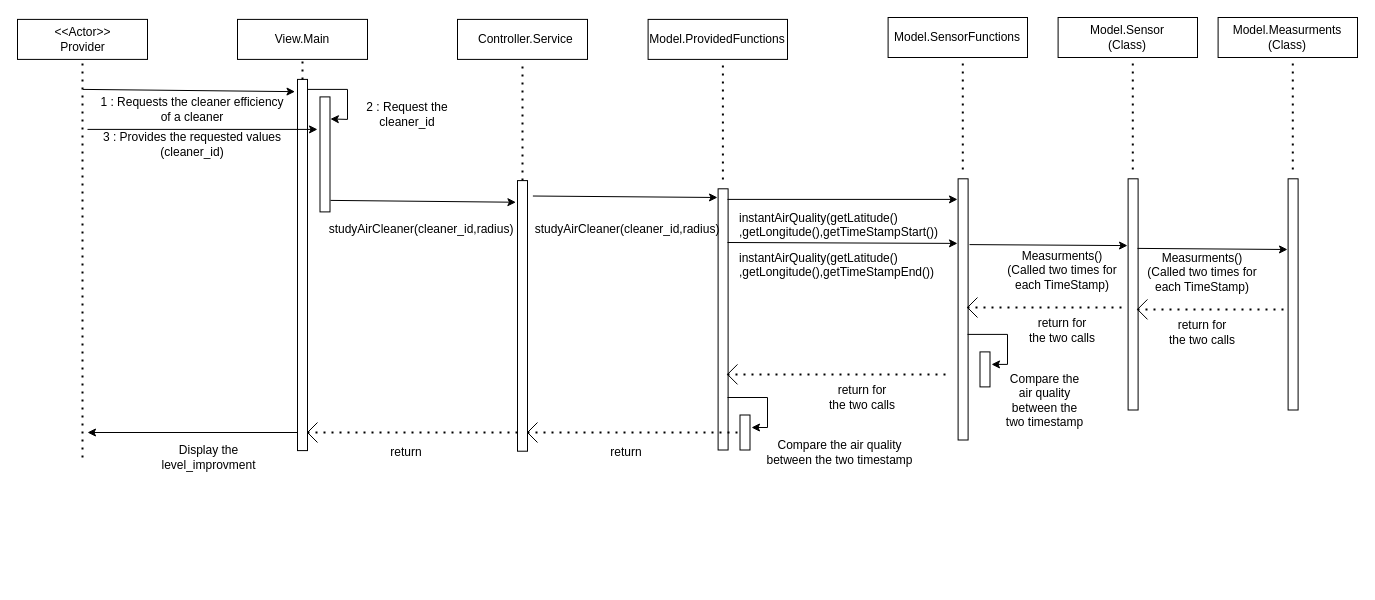
Earlier version of the draw.io diagram Sequence diagram _ Analysis of cleaner efficiency.drawio (jimmywengzj/GL-TP). Source tidied: cells renumbered, new cells numbered last; positions are measured from the earlier drawing's top-left corner, leaving out a move shared by most shapes. Both pictures are drawn from the tidied source at 100%, with x=0, y=0 at pixel (17, 17).
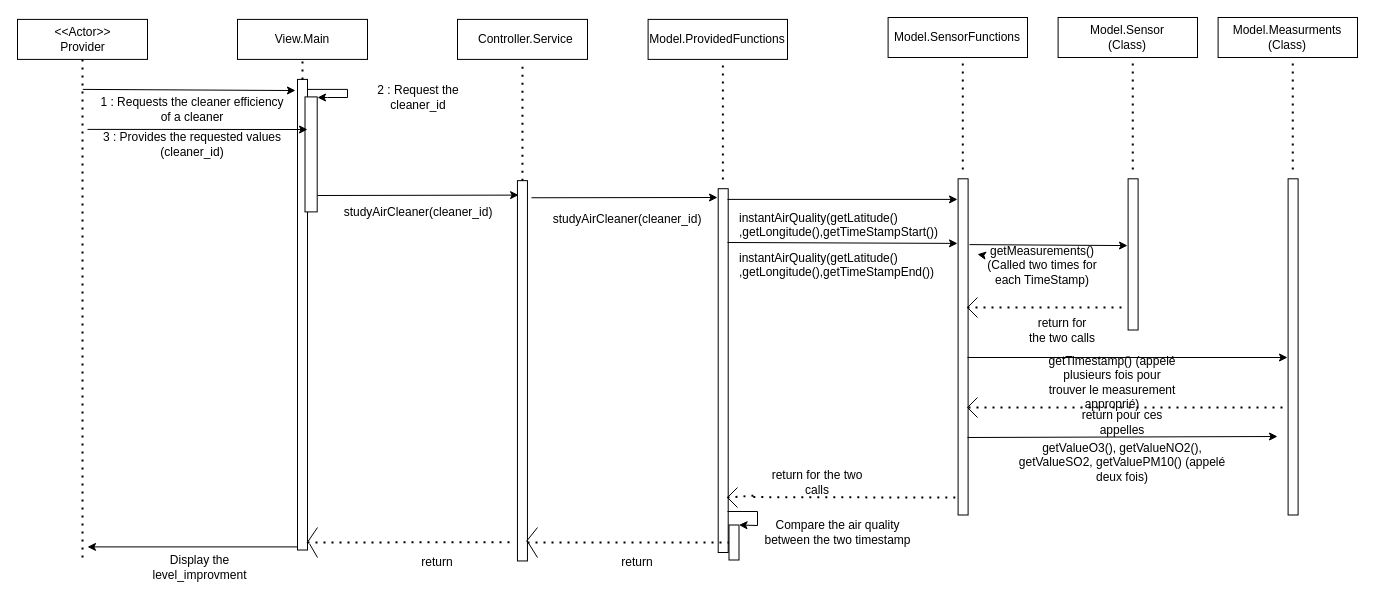
Above is the later version.

Unchanged cells that the change refers to:
```xml
<mxCell id="4" style="rounded=0;whiteSpace=wrap;html=1;" parent="1" vertex="1">
  <mxGeometry y="1.9" width="130" height="40" as="geometry" />
</mxCell>
<mxCell id="19" value="1 : Requests the cleaner efficiency&lt;br&gt;of a cleaner" style="text;html=1;strokeColor=none;fillColor=none;align=center;verticalAlign=middle;whiteSpace=wrap;rounded=0;" parent="1" vertex="1">
  <mxGeometry x="65" y="76.9" width="220" height="30" as="geometry" />
</mxCell>
```

What changed in the source:
```diff
@@
-    <mxCell id="6" style="endArrow=classic;html=1;rounded=0;entryX=0.967;entryY=-0.25;entryDx=0;entryDy=0;entryPerimeter=0;exitX=0.024;exitY=0;exitDx=0;exitDy=0;exitPerimeter=0;" parent="1" edge="1" target="7">
+    <mxCell id="6" style="endArrow=classic;html=1;rounded=0;entryX=0.968;entryY=-0.129;entryDx=0;entryDy=0;exitX=0.024;exitY=0;exitDx=0;exitDy=0;exitPerimeter=0;entryPerimeter=0;" parent="1" edge="1" target="19">
       <mxGeometry relative="1" as="geometry">
         <mxPoint x="65.3" y="71.9" as="sourcePoint" />
       </mxGeometry>
     </mxCell>
     <mxCell id="7" style="rounded=0;whiteSpace=wrap;html=1;rotation=-90;" parent="1" vertex="1">
-      <mxGeometry x="99.4" y="242.5" width="371.2" height="10" as="geometry" />
+      <mxGeometry x="49.7" y="292.2" width="470.6" height="10" as="geometry" />
     </mxCell>
     <mxCell id="8" style="rounded=0;whiteSpace=wrap;html=1;rotation=-90;" parent="1" vertex="1">
-      <mxGeometry x="250" y="131.9" width="115" height="10" as="geometry" />
+      <mxGeometry x="236.1" y="130.8" width="115" height="12.2" as="geometry" />
     </mxCell>
-    <mxCell id="9" style="endArrow=classic;html=1;rounded=0;entryX=0.808;entryY=1.039;entryDx=0;entryDy=0;entryPerimeter=0;" parent="1" edge="1" target="8">
+    <mxCell id="9" style="endArrow=classic;html=1;rounded=0;" parent="1" edge="1">
       <mxGeometry relative="1" as="geometry">
         <mxPoint x="290" y="71.9" as="sourcePoint" />
+        <mxPoint x="300" y="80" as="targetPoint" />
         <Array as="points">
           <mxPoint x="330" y="71.9" />
-          <mxPoint x="330" y="101.9" />
+          <mxPoint x="330" y="80" />
+          <mxPoint x="310" y="80" />
         </Array>
       </mxGeometry>
     </mxCell>
     <mxCell id="10" value="2 : Request the cleaner_id" style="text;html=1;strokeColor=none;fillColor=none;align=center;verticalAlign=middle;whiteSpace=wrap;rounded=0;" parent="1" vertex="1">
-      <mxGeometry x="320" y="76.9" width="140" height="40" as="geometry" />
+      <mxGeometry x="330.6" y="60" width="140" height="40" as="geometry" />
     </mxCell>
     <mxCell id="11" style="endArrow=classic;html=1;rounded=0;" parent="1" edge="1">
       <mxGeometry relative="1" as="geometry">
         <mxPoint x="70" y="111.9" as="sourcePoint" />
-        <mxPoint x="300" y="111.9" as="targetPoint" />
+        <mxPoint x="290" y="112" as="targetPoint" />
       </mxGeometry>
     </mxCell>
@@
-    <mxCell id="15" style="endArrow=classic;html=1;rounded=0;entryX=0.92;entryY=-0.16;entryDx=0;entryDy=0;entryPerimeter=0;exitX=0.1;exitY=1.05;exitDx=0;exitDy=0;exitPerimeter=0;" parent="1" edge="1" source="8" target="17">
-      <mxGeometry relative="1" as="geometry" />
+    <mxCell id="15" style="endArrow=classic;html=1;rounded=0;entryX=0.962;entryY=0.113;entryDx=0;entryDy=0;entryPerimeter=0;" parent="1" edge="1" target="17">
+      <mxGeometry relative="1" as="geometry">
+        <mxPoint x="300" y="178" as="sourcePoint" />
+      </mxGeometry>
     </mxCell>
-    <mxCell id="16" value="studyAirCleaner(cleaner_id,radius)" style="text;html=1;strokeColor=none;fillColor=none;align=center;verticalAlign=middle;whiteSpace=wrap;rounded=0;" parent="1" vertex="1">
-      <mxGeometry x="374" y="196.9" width="60" height="30" as="geometry" />
+    <mxCell id="16" value="studyAirCleaner(cleaner_id)" style="text;html=1;strokeColor=none;fillColor=none;align=center;verticalAlign=middle;whiteSpace=wrap;rounded=0;" parent="1" vertex="1">
+      <mxGeometry x="370.6" y="180" width="60" height="30" as="geometry" />
     </mxCell>
     <mxCell id="17" style="rounded=0;whiteSpace=wrap;html=1;rotation=-90;" parent="1" vertex="1">
-      <mxGeometry x="369.7" y="293.4" width="270.6" height="10" as="geometry" />
+      <mxGeometry x="314.8" y="348.3" width="380.3" height="10" as="geometry" />
     </mxCell>
     <mxCell id="18" style="endArrow=none;dashed=1;html=1;dashPattern=1 3;strokeWidth=2;rounded=0;entryX=0.5;entryY=1;entryDx=0;entryDy=0;" parent="1" edge="1" target="4">
       <mxGeometry relative="1" as="geometry">
-        <mxPoint x="65" y="440" as="sourcePoint" />
+        <mxPoint x="65" y="540" as="sourcePoint" />
       </mxGeometry>
     </mxCell>
@@
     <mxCell id="24" style="rounded=0;whiteSpace=wrap;html=1;rotation=-90;" parent="1" vertex="1">
-      <mxGeometry x="575" y="296.9" width="261.2" height="10" as="geometry" />
+      <mxGeometry x="523.8" y="348.1" width="363.8" height="10" as="geometry" />
     </mxCell>
@@
-    <mxCell id="26" style="endArrow=classic;html=1;rounded=0;exitX=0.943;exitY=1.538;exitDx=0;exitDy=0;exitPerimeter=0;" parent="1" edge="1" source="17">
+    <mxCell id="26" style="endArrow=classic;html=1;rounded=0;exitX=0.955;exitY=1.403;exitDx=0;exitDy=0;exitPerimeter=0;" parent="1" edge="1" source="17">
       <mxGeometry relative="1" as="geometry">
         <mxPoint x="700" y="180" as="targetPoint" />
       </mxGeometry>
     </mxCell>
-    <mxCell id="27" value="studyAirCleaner(cleaner_id,radius)" style="text;html=1;strokeColor=none;fillColor=none;align=center;verticalAlign=middle;whiteSpace=wrap;rounded=0;" parent="1" vertex="1">
-      <mxGeometry x="580" y="196.9" width="60" height="30" as="geometry" />
+    <mxCell id="27" value="studyAirCleaner(cleaner_id)" style="text;html=1;strokeColor=none;fillColor=none;align=center;verticalAlign=middle;whiteSpace=wrap;rounded=0;" parent="1" vertex="1">
+      <mxGeometry x="580" y="186.9" width="60" height="30" as="geometry" />
     </mxCell>
@@
     <mxCell id="32" style="rounded=0;whiteSpace=wrap;html=1;rotation=-90;" parent="1" vertex="1">
-      <mxGeometry x="815" y="286.9" width="261.2" height="10" as="geometry" />
+      <mxGeometry x="777.5" y="324.4" width="336.2" height="10" as="geometry" />
     </mxCell>
@@
-    <mxCell id="34" style="endArrow=none;dashed=1;html=1;dashPattern=1 3;strokeWidth=2;rounded=0;" parent="1" edge="1">
+    <mxCell id="34" style="endArrow=none;dashed=1;html=1;dashPattern=1 3;strokeWidth=2;rounded=0;exitX=0.132;exitY=1.201;exitDx=0;exitDy=0;exitPerimeter=0;" parent="1" edge="1">
       <mxGeometry relative="1" as="geometry">
-        <mxPoint x="710" y="356.9" as="sourcePoint" />
-        <mxPoint x="930" y="357" as="targetPoint" />
+        <mxPoint x="735.8" y="479.6" as="sourcePoint" />
+        <mxPoint x="940" y="480.1" as="targetPoint" />
       </mxGeometry>
     </mxCell>
-    <mxCell id="35" style="endArrow=none;html=1;rounded=0;" parent="1" edge="1">
-      <mxGeometry relative="1" as="geometry">
-        <mxPoint x="710" y="356.9" as="sourcePoint" />
-        <mxPoint x="720" y="346.9" as="targetPoint" />
-      </mxGeometry>
-    </mxCell>
     <mxCell id="36" style="endArrow=none;html=1;rounded=0;" parent="1" edge="1">
       <mxGeometry relative="1" as="geometry">
-        <mxPoint x="710" y="356.9" as="sourcePoint" />
-        <mxPoint x="720" y="366.9" as="targetPoint" />
+        <mxPoint x="710" y="480" as="sourcePoint" />
+        <mxPoint x="720" y="490" as="targetPoint" />
         <Array as="points">
-          <mxPoint x="720" y="366.9" />
+          <mxPoint x="720" y="490" />
         </Array>
       </mxGeometry>
     </mxCell>
     <mxCell id="37" value="return for the two calls" style="text;html=1;strokeColor=none;fillColor=none;align=center;verticalAlign=middle;whiteSpace=wrap;rounded=0;" parent="1" vertex="1">
-      <mxGeometry x="810" y="365" width="70" height="30" as="geometry" />
+      <mxGeometry x="750" y="450" width="100" height="30" as="geometry" />
     </mxCell>
     <mxCell id="38" style="rounded=0;whiteSpace=wrap;html=1;rotation=-90;" parent="1" vertex="1">
-      <mxGeometry x="710" y="410" width="35" height="10" as="geometry" />
+      <mxGeometry x="699" y="520" width="35" height="10" as="geometry" />
     </mxCell>
-    <mxCell id="39" style="endArrow=classic;html=1;rounded=0;" parent="1" edge="1">
+    <mxCell id="39" style="endArrow=classic;html=1;rounded=0;entryX=1;entryY=1;entryDx=0;entryDy=0;" parent="1" edge="1" target="38">
       <mxGeometry relative="1" as="geometry">
-        <mxPoint x="710" y="380" as="sourcePoint" />
-        <mxPoint x="734" y="410" as="targetPoint" />
+        <mxPoint x="710" y="494" as="sourcePoint" />
         <Array as="points">
-          <mxPoint x="750" y="380" />
-          <mxPoint x="750" y="410" />
+          <mxPoint x="740" y="494" />
+          <mxPoint x="740" y="508" />
         </Array>
       </mxGeometry>
     </mxCell>
     <mxCell id="40" value="Compare the air quality between the two timestamp" style="text;html=1;strokeColor=none;fillColor=none;align=center;verticalAlign=middle;whiteSpace=wrap;rounded=0;" parent="1" vertex="1">
-      <mxGeometry x="745" y="420" width="155" height="30" as="geometry" />
+      <mxGeometry x="742.5" y="500" width="155" height="30" as="geometry" />
     </mxCell>
@@
     <mxCell id="43" style="endArrow=none;dashed=1;html=1;dashPattern=1 3;strokeWidth=2;rounded=0;" parent="1" edge="1">
       <mxGeometry relative="1" as="geometry">
-        <mxPoint x="290" y="415" as="sourcePoint" />
-        <mxPoint x="500" y="415" as="targetPoint" />
+        <mxPoint x="290" y="525" as="sourcePoint" />
+        <mxPoint x="495" y="524.7" as="targetPoint" />
       </mxGeometry>
     </mxCell>
-    <mxCell id="44" style="endArrow=none;html=1;rounded=0;" parent="1" edge="1">
+    <mxCell id="44" style="endArrow=none;html=1;rounded=0;exitX=0.013;exitY=1.209;exitDx=0;exitDy=0;exitPerimeter=0;" parent="1" edge="1" source="7">
       <mxGeometry relative="1" as="geometry">
-        <mxPoint x="290" y="415" as="sourcePoint" />
-        <mxPoint x="300" y="405" as="targetPoint" />
+        <mxPoint x="300" y="540" as="targetPoint" />
       </mxGeometry>
     </mxCell>
-    <mxCell id="45" style="endArrow=none;html=1;rounded=0;" parent="1" edge="1">
+    <mxCell id="45" style="endArrow=none;html=1;rounded=0;exitX=0.015;exitY=0.951;exitDx=0;exitDy=0;exitPerimeter=0;" parent="1" edge="1" source="7">
       <mxGeometry relative="1" as="geometry">
-        <mxPoint x="290" y="415" as="sourcePoint" />
-        <mxPoint x="300" y="425" as="targetPoint" />
+        <mxPoint x="300" y="510" as="targetPoint" />
         <Array as="points">
-          <mxPoint x="300" y="425" />
+          <mxPoint x="300" y="510" />
         </Array>
       </mxGeometry>
     </mxCell>
     <mxCell id="46" value="return" style="text;html=1;strokeColor=none;fillColor=none;align=center;verticalAlign=middle;whiteSpace=wrap;rounded=0;" parent="1" vertex="1">
-      <mxGeometry x="359" y="420" width="60" height="30" as="geometry" />
+      <mxGeometry x="390" y="530" width="60" height="30" as="geometry" />
     </mxCell>
-    <mxCell id="47" style="endArrow=none;dashed=1;html=1;dashPattern=1 3;strokeWidth=2;rounded=0;" parent="1" edge="1">
+    <mxCell id="47" style="endArrow=none;dashed=1;html=1;dashPattern=1 3;strokeWidth=2;rounded=0;entryX=0.5;entryY=0;entryDx=0;entryDy=0;" parent="1" edge="1" target="38">
       <mxGeometry relative="1" as="geometry">
-        <mxPoint x="510" y="415" as="sourcePoint" />
-        <mxPoint x="720" y="415" as="targetPoint" />
+        <mxPoint x="510" y="525" as="sourcePoint" />
       </mxGeometry>
     </mxCell>
-    <mxCell id="48" style="endArrow=none;html=1;rounded=0;" parent="1" edge="1">
+    <mxCell id="48" style="endArrow=none;html=1;rounded=0;exitX=0.051;exitY=0.887;exitDx=0;exitDy=0;exitPerimeter=0;" parent="1" edge="1" source="17">
       <mxGeometry relative="1" as="geometry">
-        <mxPoint x="510" y="415" as="sourcePoint" />
-        <mxPoint x="520" y="405" as="targetPoint" />
+        <mxPoint x="520" y="510" as="targetPoint" />
+        <Array as="points">
+          <mxPoint x="520" y="510" />
+        </Array>
       </mxGeometry>
     </mxCell>
-    <mxCell id="49" style="endArrow=none;html=1;rounded=0;" parent="1" edge="1">
-      <mxGeometry relative="1" as="geometry">
-        <mxPoint x="510" y="415" as="sourcePoint" />
-        <mxPoint x="520" y="425" as="targetPoint" />
-        <Array as="points">
-          <mxPoint x="520" y="425" />
-        </Array>
-      </mxGeometry>
-    </mxCell>
-    <mxCell id="50" value="return" style="text;html=1;strokeColor=none;fillColor=none;align=center;verticalAlign=middle;whiteSpace=wrap;rounded=0;" parent="1" vertex="1">
-      <mxGeometry x="579" y="420" width="60" height="30" as="geometry" />
-    </mxCell>
     <mxCell id="51" style="endArrow=classic;html=1;rounded=0;exitX=0.459;exitY=-0.383;exitDx=0;exitDy=0;exitPerimeter=0;" parent="1" edge="1">
       <mxGeometry relative="1" as="geometry">
-        <mxPoint x="280" y="415" as="sourcePoint" />
-        <mxPoint x="70" y="415" as="targetPoint" />
+        <mxPoint x="280" y="529.4" as="sourcePoint" />
+        <mxPoint x="70" y="529.4" as="targetPoint" />
       </mxGeometry>
     </mxCell>
     <mxCell id="52" value="Display the level_improvment" style="text;html=1;strokeColor=none;fillColor=none;align=center;verticalAlign=middle;whiteSpace=wrap;rounded=0;" parent="1" vertex="1">
-      <mxGeometry x="129" y="425" width="125" height="30" as="geometry" />
+      <mxGeometry x="120" y="535" width="125" height="30" as="geometry" />
     </mxCell>
     <mxCell id="53" style="rounded=0;whiteSpace=wrap;html=1;rotation=-90;" parent="1" vertex="1">
-      <mxGeometry x="1000" y="271.9" width="231.2" height="10" as="geometry" />
+      <mxGeometry x="1040" y="231.9" width="151.2" height="10" as="geometry" />
     </mxCell>
@@
-    <mxCell id="58" value="Measurments()&lt;br&gt;(Called two times for each TimeStamp)" style="text;html=1;strokeColor=none;fillColor=none;align=center;verticalAlign=middle;whiteSpace=wrap;rounded=0;" parent="1" vertex="1">
-      <mxGeometry x="980" y="238.1" width="130" height="30" as="geometry" />
-    </mxCell>
-    <mxCell id="59" style="endArrow=classic;html=1;rounded=0;exitX=0.706;exitY=1.152;exitDx=0;exitDy=0;exitPerimeter=0;" parent="1" edge="1">
-      <mxGeometry relative="1" as="geometry">
-        <mxPoint x="1120" y="230.9" as="sourcePoint" />
-        <mxPoint x="1270" y="232" as="targetPoint" />
-      </mxGeometry>
-    </mxCell>
-    <mxCell id="60" value="Measurments()&lt;br&gt;(Called two times for each TimeStamp)" style="text;html=1;strokeColor=none;fillColor=none;align=center;verticalAlign=middle;whiteSpace=wrap;rounded=0;" parent="1" vertex="1">
-      <mxGeometry x="1120" y="240" width="130" height="30" as="geometry" />
-    </mxCell>
     <mxCell id="61" style="rounded=0;whiteSpace=wrap;html=1;rotation=-90;" parent="1" vertex="1">
-      <mxGeometry x="1160" y="271.9" width="231.2" height="10" as="geometry" />
+      <mxGeometry x="1107.5" y="324.4" width="336.2" height="10" as="geometry" />
     </mxCell>
@@
-    <mxCell id="69" style="endArrow=none;dashed=1;html=1;dashPattern=1 3;strokeWidth=2;rounded=0;" parent="1" edge="1">
-      <mxGeometry relative="1" as="geometry">
-        <mxPoint x="1120" y="291.9" as="sourcePoint" />
-        <mxPoint x="1270" y="292" as="targetPoint" />
-      </mxGeometry>
-    </mxCell>
-    <mxCell id="70" style="endArrow=none;html=1;rounded=0;" parent="1" edge="1">
-      <mxGeometry relative="1" as="geometry">
-        <mxPoint x="1120" y="291.9" as="sourcePoint" />
-        <mxPoint x="1130" y="281.9" as="targetPoint" />
-      </mxGeometry>
-    </mxCell>
-    <mxCell id="71" style="endArrow=none;html=1;rounded=0;" parent="1" edge="1">
-      <mxGeometry relative="1" as="geometry">
-        <mxPoint x="1120" y="291.9" as="sourcePoint" />
-        <mxPoint x="1130" y="301.9" as="targetPoint" />
-        <Array as="points">
-          <mxPoint x="1130" y="301.9" />
-        </Array>
-      </mxGeometry>
-    </mxCell>
-    <mxCell id="72" value="return for the two calls" style="text;html=1;strokeColor=none;fillColor=none;align=center;verticalAlign=middle;whiteSpace=wrap;rounded=0;" parent="1" vertex="1">
-      <mxGeometry x="1150" y="300" width="70" height="30" as="geometry" />
-    </mxCell>
-    <mxCell id="73" style="rounded=0;whiteSpace=wrap;html=1;rotation=-90;" parent="1" vertex="1">
-      <mxGeometry x="950" y="346.9" width="35" height="10" as="geometry" />
-    </mxCell>
-    <mxCell id="74" style="endArrow=classic;html=1;rounded=0;" parent="1" edge="1">
-      <mxGeometry relative="1" as="geometry">
-        <mxPoint x="950" y="316.9" as="sourcePoint" />
-        <mxPoint x="974" y="346.9" as="targetPoint" />
-        <Array as="points">
-          <mxPoint x="990" y="316.9" />
-          <mxPoint x="990" y="346.9" />
-        </Array>
-      </mxGeometry>
-    </mxCell>
-    <mxCell id="75" value="Compare the air quality between the two timestamp" style="text;html=1;strokeColor=none;fillColor=none;align=center;verticalAlign=middle;whiteSpace=wrap;rounded=0;" parent="1" vertex="1">
-      <mxGeometry x="985" y="356.9" width="85" height="53.1" as="geometry" />
-    </mxCell>
+    <mxCell id="76" style="endArrow=classic;html=1;rounded=0;" parent="1" edge="1">
+      <mxGeometry relative="1" as="geometry">
+        <mxPoint x="950" y="340" as="sourcePoint" />
+        <mxPoint x="1270" y="340" as="targetPoint" />
+      </mxGeometry>
+    </mxCell>
+    <mxCell id="77" style="endArrow=classic;html=1;rounded=0;exitX=0.706;exitY=1.152;exitDx=0;exitDy=0;exitPerimeter=0;" parent="1" edge="1" target="58">
+      <mxGeometry relative="1" as="geometry">
+        <mxPoint x="962" y="237.1" as="sourcePoint" />
+      </mxGeometry>
+    </mxCell>
+    <mxCell id="58" value="getMeasurements()&lt;br&gt;(Called two times for each TimeStamp)" style="text;html=1;strokeColor=none;fillColor=none;align=center;verticalAlign=middle;whiteSpace=wrap;rounded=0;" parent="1" vertex="1">
+      <mxGeometry x="960" y="232.5" width="130" height="30" as="geometry" />
+    </mxCell>
+    <mxCell id="78" value="getTimestamp() (appelé plusieurs fois pour trouver le measurement approprié)" style="text;html=1;strokeColor=none;fillColor=none;align=center;verticalAlign=middle;whiteSpace=wrap;rounded=0;" parent="1" vertex="1">
+      <mxGeometry x="1030" y="350" width="130" height="30" as="geometry" />
+    </mxCell>
+    <mxCell id="79" style="endArrow=none;dashed=1;html=1;dashPattern=1 3;strokeWidth=2;rounded=0;" parent="1" edge="1">
+      <mxGeometry relative="1" as="geometry">
+        <mxPoint x="951" y="390" as="sourcePoint" />
+        <mxPoint x="1270" y="390" as="targetPoint" />
+        <Array as="points">
+          <mxPoint x="1220" y="390" />
+        </Array>
+      </mxGeometry>
+    </mxCell>
+    <mxCell id="80" style="endArrow=none;html=1;rounded=0;" parent="1" edge="1">
+      <mxGeometry relative="1" as="geometry">
+        <mxPoint x="950" y="390" as="sourcePoint" />
+        <mxPoint x="960" y="380" as="targetPoint" />
+        <Array as="points">
+          <mxPoint x="960" y="380" />
+        </Array>
+      </mxGeometry>
+    </mxCell>
+    <mxCell id="81" style="endArrow=none;html=1;rounded=0;" parent="1" edge="1">
+      <mxGeometry relative="1" as="geometry">
+        <mxPoint x="950" y="390" as="sourcePoint" />
+        <mxPoint x="960" y="400" as="targetPoint" />
+      </mxGeometry>
+    </mxCell>
+    <mxCell id="82" value="return pour ces appelles" style="text;html=1;strokeColor=none;fillColor=none;align=center;verticalAlign=middle;whiteSpace=wrap;rounded=0;" parent="1" vertex="1">
+      <mxGeometry x="1040" y="390" width="130" height="30" as="geometry" />
+    </mxCell>
+    <mxCell id="83" style="endArrow=classic;html=1;rounded=0;" parent="1" edge="1">
+      <mxGeometry relative="1" as="geometry">
+        <mxPoint x="950" y="420" as="sourcePoint" />
+        <mxPoint x="1260" y="419" as="targetPoint" />
+      </mxGeometry>
+    </mxCell>
+    <mxCell id="84" value="&lt;div&gt;getValueO3(), getValueNO2(), getValueSO2, getValuePM10() (appelé deux fois)&lt;br&gt;&lt;/div&gt;" style="text;html=1;strokeColor=none;fillColor=none;align=center;verticalAlign=middle;whiteSpace=wrap;rounded=0;" parent="1" vertex="1">
+      <mxGeometry x="990" y="430" width="230" height="30" as="geometry" />
+    </mxCell>
+    <mxCell id="85" style="endArrow=none;dashed=1;html=1;dashPattern=1 3;strokeWidth=2;rounded=0;" parent="1" edge="1">
+      <mxGeometry relative="1" as="geometry">
+        <mxPoint x="710" y="480" as="sourcePoint" />
+        <mxPoint x="738.4" y="478" as="targetPoint" />
+      </mxGeometry>
+    </mxCell>
+    <mxCell id="86" style="endArrow=none;html=1;rounded=0;" parent="1" edge="1">
+      <mxGeometry relative="1" as="geometry">
+        <mxPoint x="710" y="480" as="sourcePoint" />
+        <mxPoint x="720" y="470" as="targetPoint" />
+      </mxGeometry>
+    </mxCell>
+    <mxCell id="87" style="endArrow=none;html=1;rounded=0;exitX=0.048;exitY=1.081;exitDx=0;exitDy=0;exitPerimeter=0;" parent="1" edge="1" source="17">
+      <mxGeometry relative="1" as="geometry">
+        <mxPoint x="520" y="540" as="targetPoint" />
+      </mxGeometry>
+    </mxCell>
+    <mxCell id="50" value="return" style="text;html=1;strokeColor=none;fillColor=none;align=center;verticalAlign=middle;whiteSpace=wrap;rounded=0;" parent="1" vertex="1">
+      <mxGeometry x="590" y="530" width="60" height="30" as="geometry" />
+    </mxCell>
```
